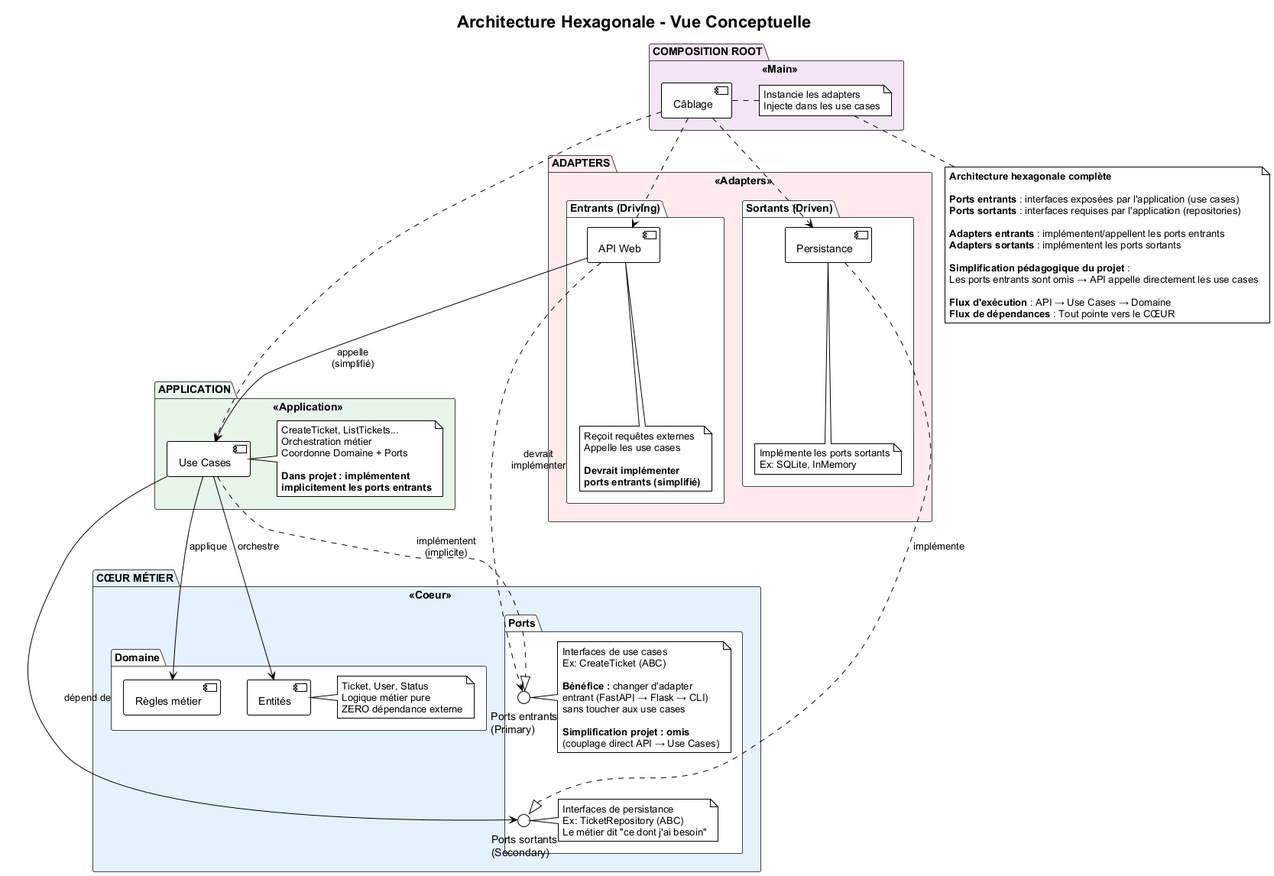
This is docs/architecture/01_vue_conceptuelle.png from Marcennaji/architecture-logicielle-BUT2-ressources, a PlantUML export, as it was before one commit.
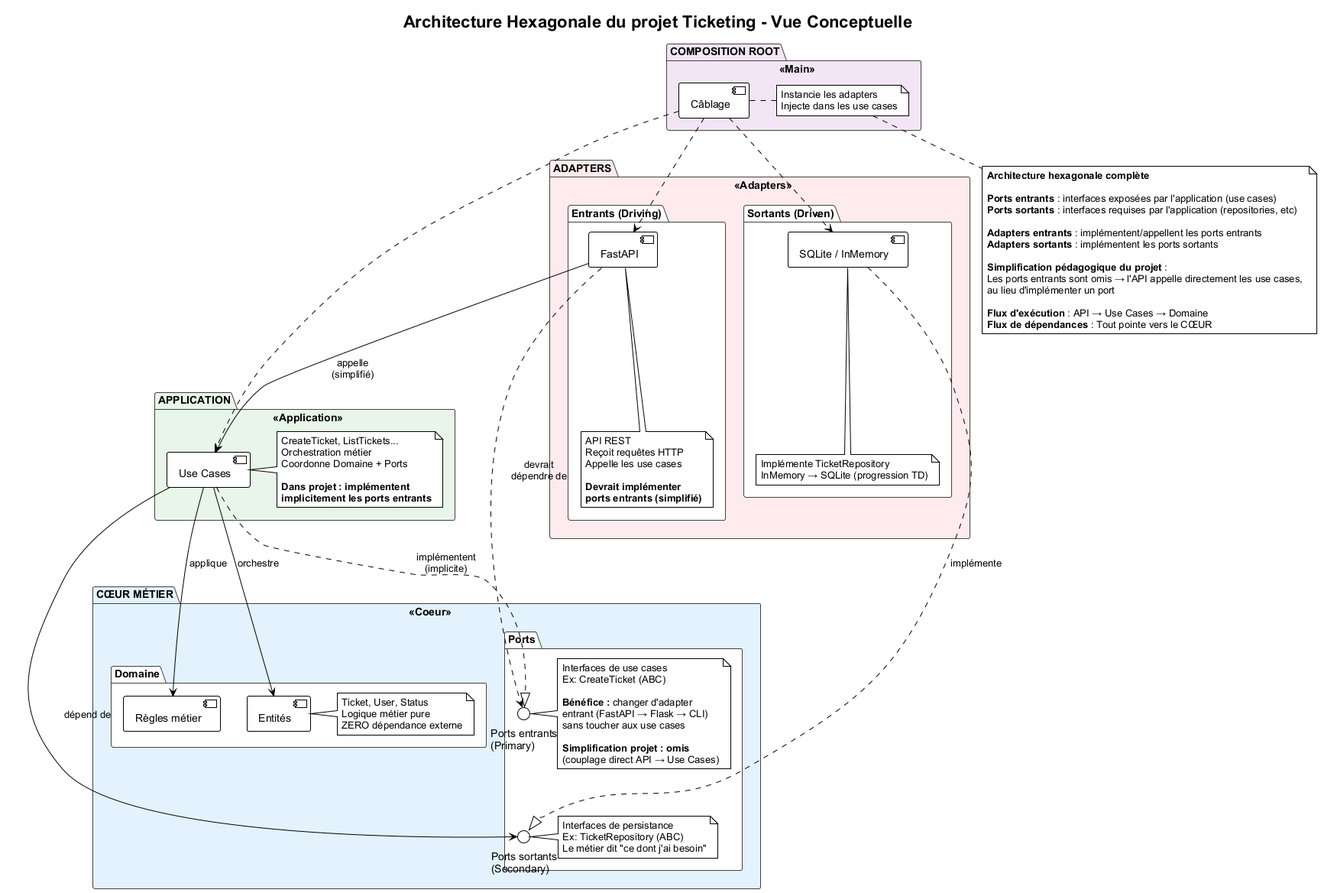
The same diagram one commit later.

Commit message:
modif schema vue conceptuelle

Change to the diagram source:
```diff
@@ -3,7 +3,7 @@
 skinparam backgroundColor white
 skinparam defaultFontName Arial
 
-title Architecture Hexagonale - Vue Conceptuelle
+title Architecture Hexagonale du projet Ticketing - Vue Conceptuelle
 
 skinparam package {
   BackgroundColor<<Coeur>> #E3F2FD
@@ -65,9 +65,10 @@
 
 package "ADAPTERS" <<Adapters>> {
   package "Entrants (Driving)" {
-    [API Web]
-    note bottom of [API Web]
-      Reçoit requêtes externes
+    [FastAPI]
+    note bottom of [FastAPI]
+      API REST
+      Reçoit requêtes HTTP
       Appelle les use cases
 
       **Devrait implémenter**
@@ -76,10 +77,10 @@
   }
 
   package "Sortants (Driven)" {
-    [Persistance]
-    note bottom of [Persistance]
-      Implémente les ports sortants
-      Ex: SQLite, InMemory
+    [SQLite / InMemory]
+    note bottom of [SQLite / InMemory]
+      Implémente TicketRepository
+      InMemory → SQLite (progression TD)
     end note
   }
 }
@@ -97,26 +98,27 @@
 [Use Cases] ..|> ports_in : implémentent\n(implicite)
 [Use Cases] --> ports_out : dépend de
 
-[Persistance] ..|> ports_out : implémente
+[SQLite / InMemory] ..|> ports_out : implémente
 
-[API Web] ..> ports_in : devrait\nimplémenter
-[API Web] --> [Use Cases] : appelle\n(simplifié)
+[FastAPI] ..> ports_in : devrait\ndépendre de
+[FastAPI] --> [Use Cases] : appelle\n(simplifié)
 
-[Câblage] ..> [API Web]
-[Câblage] ..> [Persistance]
+[Câblage] ..> [FastAPI]
+[Câblage] ..> [SQLite / InMemory]
 [Câblage] ..> [Use Cases]
 
 note bottom
   **Architecture hexagonale complète**
 
   **Ports entrants** : interfaces exposées par l'application (use cases)
-  **Ports sortants** : interfaces requises par l'application (repositories)
+  **Ports sortants** : interfaces requises par l'application (repositories, etc)
 
   **Adapters entrants** : implémentent/appellent les ports entrants
   **Adapters sortants** : implémentent les ports sortants
 
   **Simplification pédagogique du projet** :
-  Les ports entrants sont omis → API appelle directement les use cases
+  Les ports entrants sont omis → l'API appelle directement les use cases,
+  au lieu d'implémenter un port
 
   **Flux d'exécution** : API → Use Cases → Domaine
   **Flux de dépendances** : Tout pointe vers le CŒUR
```
